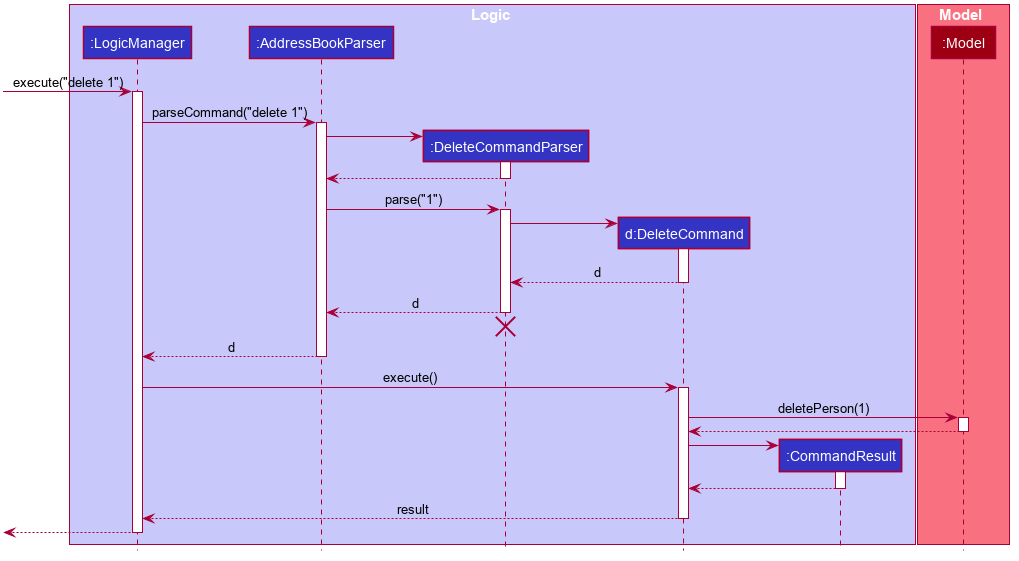
Earlier version of the PlantUML export docs/images/DeleteSequenceDiagram.png (nus-cs2103-AY1920S1/addressbook-level3).
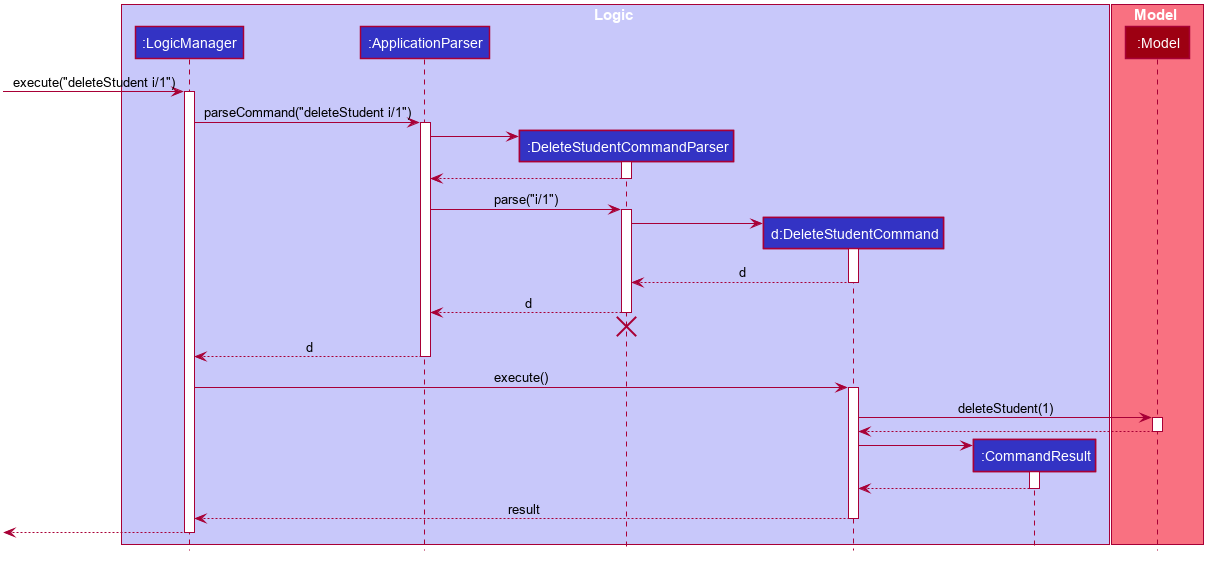
After the commit.

The edit, as a diff of the source:
```diff
@@ -50,9 +50,9 @@
 
 box Logic #C8C8FA
 participant ":LogicManager" as LogicManager #3333C4
-participant ":AddressBookParser" as AddressBookParser #3333C4
-participant ":DeleteCommandParser" as DeleteCommandParser #3333C4
-participant "d:DeleteCommand" as DeleteCommand #3333C4
+participant ":ApplicationParser" as ApplicationParser #3333C4
+participant ":DeleteStudentCommandParser" as DeleteStudentCommandParser #3333C4
+participant "d:DeleteStudentCommand" as DeleteStudentCommand #3333C4
 participant ":CommandResult" as CommandResult #3333C4
 end box
 
@@ -60,55 +60,55 @@
 participant ":Model" as Model #9D0012
 end box
 
-[-> LogicManager : execute("delete 1")
+[-> LogicManager : execute("deleteStudent i/1")
 activate LogicManager
 
-LogicManager -> AddressBookParser : parseCommand("delete 1")
-activate AddressBookParser
+LogicManager -> ApplicationParser : parseCommand("deleteStudent i/1")
+activate ApplicationParser
 
-create DeleteCommandParser
-AddressBookParser -> DeleteCommandParser
-activate DeleteCommandParser
+create DeleteStudentCommandParser
+ApplicationParser -> DeleteStudentCommandParser
+activate DeleteStudentCommandParser
 
-DeleteCommandParser --> AddressBookParser
-deactivate DeleteCommandParser
+DeleteStudentCommandParser --> ApplicationParser
+deactivate DeleteStudentCommandParser
 
-AddressBookParser -> DeleteCommandParser : parse("1")
-activate DeleteCommandParser
+ApplicationParser -> DeleteStudentCommandParser : parse("i/1")
+activate DeleteStudentCommandParser
 
-create DeleteCommand
-DeleteCommandParser -> DeleteCommand
-activate DeleteCommand
+create DeleteStudentCommand
+DeleteStudentCommandParser -> DeleteStudentCommand
+activate DeleteStudentCommand
 
-DeleteCommand --> DeleteCommandParser : d
-deactivate DeleteCommand
+DeleteStudentCommand --> DeleteStudentCommandParser : d
+deactivate DeleteStudentCommand
 
-DeleteCommandParser --> AddressBookParser : d
-deactivate DeleteCommandParser
-DeleteCommandParser -[hidden]-> AddressBookParser
-destroy DeleteCommandParser
+DeleteStudentCommandParser --> ApplicationParser : d
+deactivate DeleteStudentCommandParser
+DeleteStudentCommandParser -[hidden]-> ApplicationParser
+destroy DeleteStudentCommandParser
 
-AddressBookParser --> LogicManager : d
-deactivate AddressBookParser
+ApplicationParser --> LogicManager : d
+deactivate ApplicationParser
 
-LogicManager -> DeleteCommand : execute()
-activate DeleteCommand
+LogicManager -> DeleteStudentCommand : execute()
+activate DeleteStudentCommand
 
-DeleteCommand -> Model : deletePerson(1)
+DeleteStudentCommand -> Model : deleteStudent(1)
 activate Model
 
-Model --> DeleteCommand
+Model --> DeleteStudentCommand
 deactivate Model
 
 create CommandResult
-DeleteCommand -> CommandResult
+DeleteStudentCommand -> CommandResult
 activate CommandResult
 
-CommandResult --> DeleteCommand
+CommandResult --> DeleteStudentCommand
 deactivate CommandResult
 
-DeleteCommand --> LogicManager : result
-deactivate DeleteCommand
+DeleteStudentCommand --> LogicManager : result
+deactivate DeleteStudentCommand
 
 [<--LogicManager
 deactivate LogicManager
```
